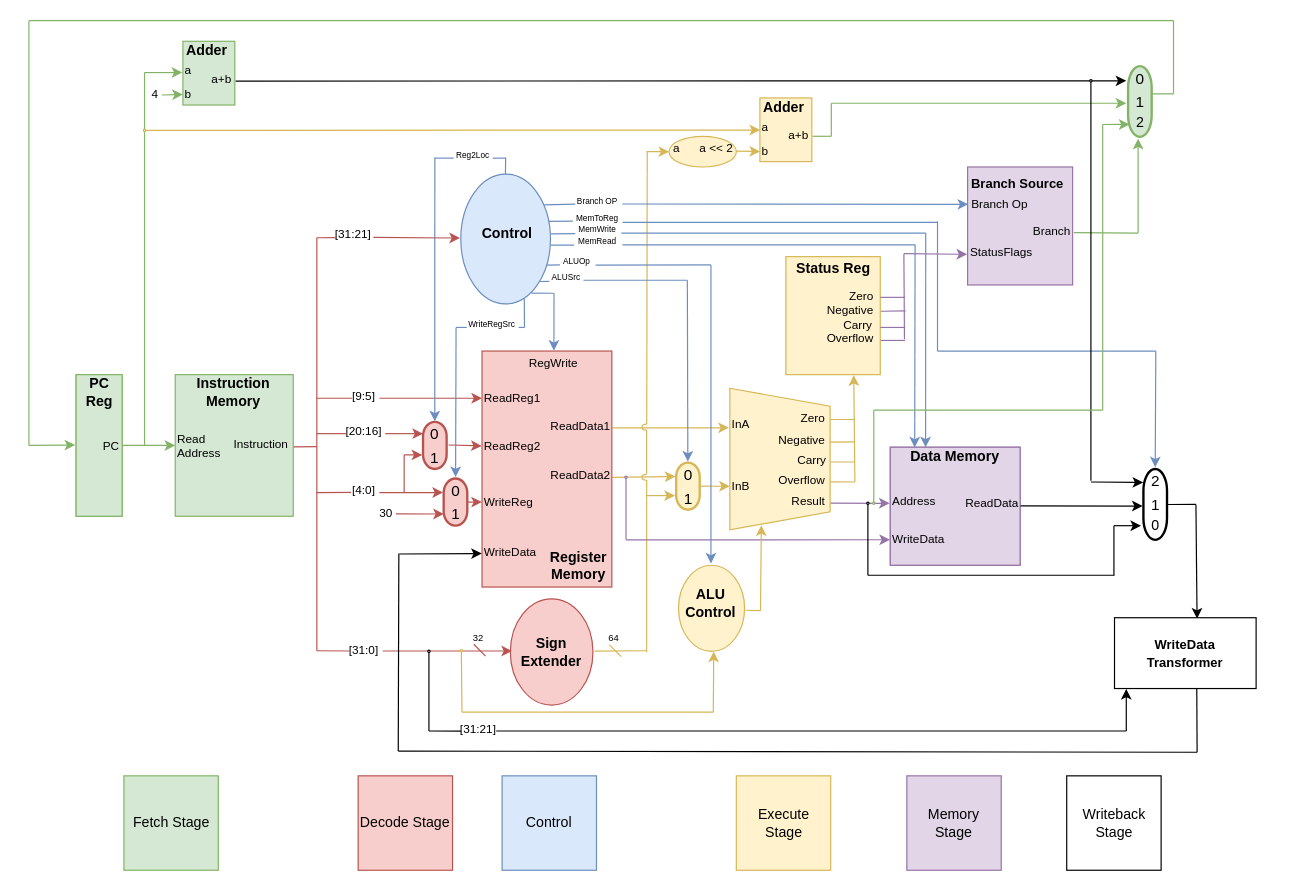
Above: nonpipelined/diagram.drawio in mattco98/LEGv8-Processor (draw.io), before the change. Source tidied: cells renumbered, new cells numbered last; positions are measured from the earlier drawing's top-left corner, leaving out a move shared by most shapes. Both pictures are drawn from the tidied source at 118%, with x=0, y=0 at pixel (28, 20).
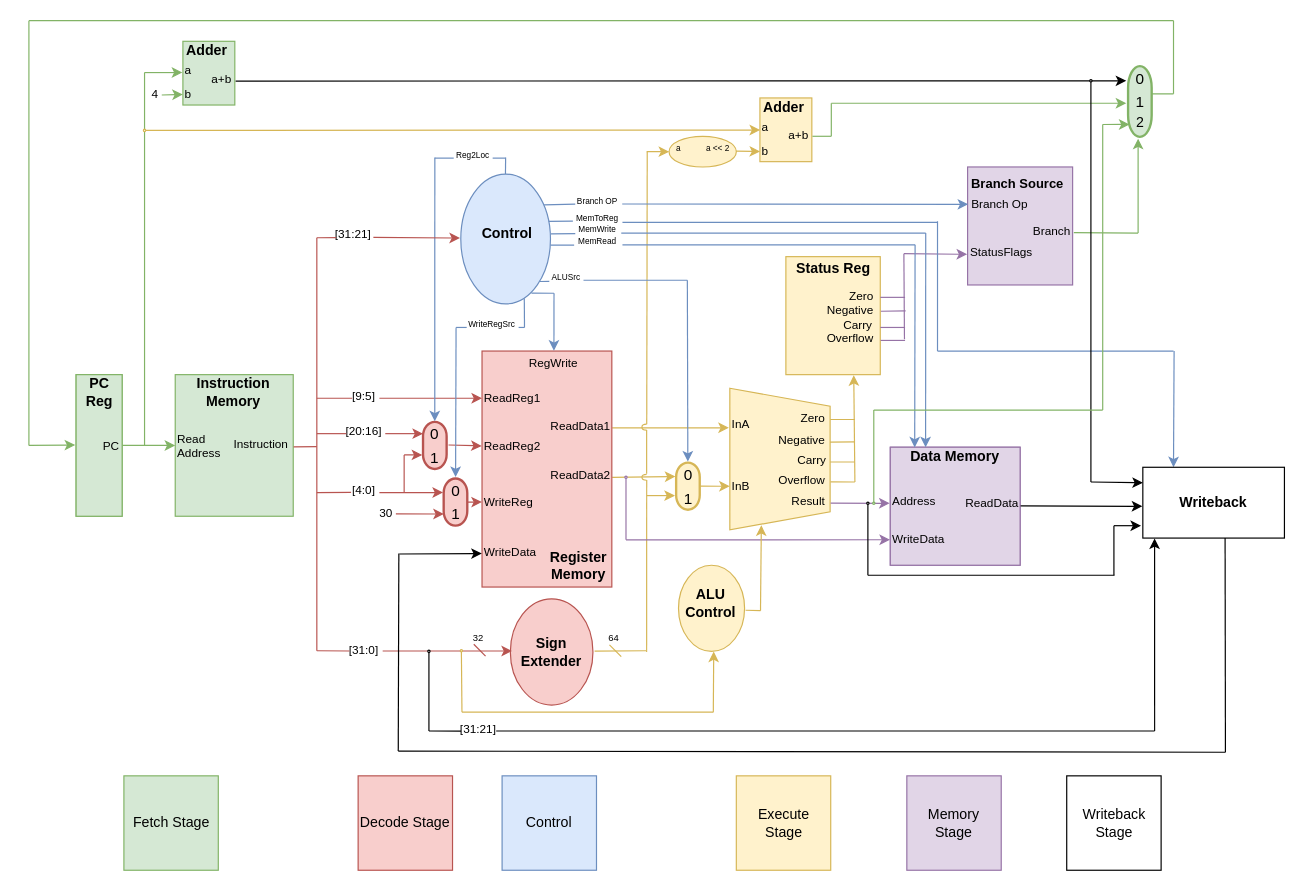
The same page after the edit.

The change refers to these unchanged cells:
```xml
<mxCell id="92" value="ReadData" style="text;html=1;strokeColor=none;fillColor=none;align=right;verticalAlign=middle;whiteSpace=wrap;rounded=0;fontSize=10;" parent="87" vertex="1">
  <mxGeometry x="82.5" y="42.8" width="27.5" height="10" as="geometry" />
</mxCell>
<mxCell id="108" style="ellipse;whiteSpace=wrap;html=1;fillColor=#dae8fc;fontSize=10;align=right;rotation=90;strokeColor=#6c8ebf;" parent="107" vertex="1">
  <mxGeometry x="35" y="35" width="110" height="76" as="geometry" />
</mxCell>
```

Diff of the diagram source:
```diff
@@
-    <mxCell id="4" style="ellipse;whiteSpace=wrap;html=1;strokeColor=#d6b656;fillColor=#fff2cc;fontSize=7;align=left;" parent="1" vertex="1">
+    <mxCell id="4" value="&lt;div align=&quot;center&quot;&gt;a&amp;nbsp;&amp;nbsp;&amp;nbsp;&amp;nbsp;&amp;nbsp;&amp;nbsp;&amp;nbsp;&amp;nbsp;&amp;nbsp;&amp;nbsp; a &amp;lt;&amp;lt; 2&lt;br&gt;&lt;/div&gt;" style="ellipse;whiteSpace=wrap;html=1;strokeColor=#d6b656;fillColor=#fff2cc;fontSize=7;align=center;verticalAlign=top;" parent="1" vertex="1">
       <mxGeometry x="542.5" y="98" width="57" height="26" as="geometry" />
     </mxCell>
@@
-    <mxCell id="94" style="group;" parent="1" vertex="1">
-      <mxGeometry x="934.5" y="380" width="50" height="61" as="geometry" />
-    </mxCell>
-    <mxCell id="95" style="strokeWidth=2;html=1;shape=mxgraph.flowchart.terminator;whiteSpace=wrap;fontSize=10;align=left;rotation=90;" parent="94" vertex="1">
-      <mxGeometry x="-10" y="20" width="60" height="20" as="geometry" />
-    </mxCell>
-    <mxCell id="96" value="2" style="text;html=1;strokeColor=none;fillColor=none;align=center;verticalAlign=middle;whiteSpace=wrap;rounded=0;fontSize=13;" parent="94" vertex="1">
-      <mxGeometry x="15" width="10" height="20" as="geometry" />
-    </mxCell>
-    <mxCell id="97" value="1" style="text;html=1;strokeColor=none;fillColor=none;align=center;verticalAlign=middle;whiteSpace=wrap;rounded=0;fontSize=13;" parent="94" vertex="1">
-      <mxGeometry x="15" y="20" width="10" height="20" as="geometry" />
-    </mxCell>
-    <mxCell id="98" value="0" style="text;html=1;strokeColor=none;fillColor=none;align=center;verticalAlign=middle;whiteSpace=wrap;rounded=0;" parent="94" vertex="1">
-      <mxGeometry x="15" y="38" width="10" height="20" as="geometry" />
-    </mxCell>
@@
-    <mxCell id="102" style="endArrow=classic;html=1;fontSize=10;exitX=1.016;exitY=0.684;exitDx=0;exitDy=0;exitPerimeter=0;entryX=0.523;entryY=1.033;entryDx=0;entryDy=0;entryPerimeter=0;" parent="1" edge="1" source="92" target="95">
-      <mxGeometry relative="1" as="geometry" />
+    <mxCell id="102" style="endArrow=classic;html=1;fontSize=10;exitX=1.016;exitY=0.684;exitDx=0;exitDy=0;exitPerimeter=0;entryX=0.523;entryY=1.033;entryDx=0;entryDy=0;entryPerimeter=0;" parent="1" edge="1" source="92">
+      <mxGeometry relative="1" as="geometry">
+        <mxPoint x="943.6" y="411.6" as="targetPoint" />
+      </mxGeometry>
     </mxCell>
@@
-    <mxCell id="147" style="endArrow=classic;html=1;fontSize=7;endFill=1;entryX=0.583;entryY=0.013;entryDx=0;entryDy=0;entryPerimeter=0;" parent="1" edge="1" target="234">
-      <mxGeometry relative="1" as="geometry">
-        <mxPoint x="989" y="410" as="sourcePoint" />
-      </mxGeometry>
-    </mxCell>
     <mxCell id="148" style="endArrow=none;html=1;fontSize=7;" parent="1" edge="1">
       <mxGeometry relative="1" as="geometry">
         <mxPoint x="313" y="619" as="sourcePoint" />
-        <mxPoint x="990" y="620" as="targetPoint" />
+        <mxPoint x="1014" y="620" as="targetPoint" />
       </mxGeometry>
     </mxCell>
@@
-    <mxCell id="151" style="endArrow=none;html=1;fontSize=7;exitX=0.992;exitY=0.514;exitDx=0;exitDy=0;exitPerimeter=0;fillColor=#dae8fc;strokeColor=#6c8ebf;" parent="1" edge="1" source="152">
-      <mxGeometry relative="1" as="geometry">
-        <mxPoint x="578" y="207" as="targetPoint" />
-      </mxGeometry>
-    </mxCell>
-    <mxCell id="152" value="ALUOp" style="text;html=1;strokeColor=none;fillColor=none;align=center;verticalAlign=bottom;whiteSpace=wrap;rounded=0;fontSize=7;" parent="1" vertex="1">
-      <mxGeometry x="447.5" y="203" width="33" height="8" as="geometry" />
-    </mxCell>
-    <mxCell id="153" style="endArrow=none;html=1;fontSize=7;exitX=0.076;exitY=0.5;exitDx=0;exitDy=0;exitPerimeter=0;entryX=0.701;entryY=0.038;entryDx=0;entryDy=0;entryPerimeter=0;fillColor=#dae8fc;strokeColor=#6c8ebf;" parent="1" edge="1" source="152" target="108">
-      <mxGeometry relative="1" as="geometry" />
-    </mxCell>
-    <mxCell id="154" style="endArrow=classic;html=1;fontSize=7;fillColor=#dae8fc;strokeColor=#6c8ebf;" parent="1" edge="1">
-      <mxGeometry relative="1" as="geometry">
-        <mxPoint x="578" y="207" as="sourcePoint" />
-        <mxPoint x="578" y="460" as="targetPoint" />
-      </mxGeometry>
-    </mxCell>
@@
-    <mxCell id="169" value="a" style="text;html=1;strokeColor=none;fillColor=none;align=right;verticalAlign=middle;whiteSpace=wrap;rounded=0;fontSize=10;" parent="1" vertex="1">
-      <mxGeometry x="546" y="101" width="8" height="14" as="geometry" />
-    </mxCell>
-    <mxCell id="170" value="a &amp;lt;&amp;lt; 2" style="text;html=1;strokeColor=none;fillColor=none;align=right;verticalAlign=middle;whiteSpace=wrap;rounded=0;fontSize=10;" parent="1" vertex="1">
-      <mxGeometry x="568" y="104.5" width="31" height="7" as="geometry" />
-    </mxCell>
@@
     <mxCell id="205" style="endArrow=none;html=1;fillColor=#dae8fc;strokeColor=#6c8ebf;" parent="1" edge="1">
       <mxGeometry relative="1" as="geometry">
         <mxPoint x="770" y="280" as="sourcePoint" />
-        <mxPoint x="955" y="280" as="targetPoint" />
+        <mxPoint x="970" y="280" as="targetPoint" />
       </mxGeometry>
     </mxCell>
     <mxCell id="206" style="endArrow=classic;html=1;fillColor=#dae8fc;strokeColor=#6c8ebf;" parent="1" edge="1">
       <mxGeometry relative="1" as="geometry">
-        <mxPoint x="955" y="280" as="sourcePoint" />
-        <mxPoint x="954.5" y="378.5" as="targetPoint" />
+        <mxPoint x="970.5" y="280" as="sourcePoint" />
+        <mxPoint x="970" y="378.5" as="targetPoint" />
       </mxGeometry>
     </mxCell>
-    <mxCell id="207" style="endArrow=none;html=1;entryX=0.501;entryY=-0.031;entryDx=0;entryDy=0;entryPerimeter=0;" parent="1" edge="1" target="95">
-      <mxGeometry relative="1" as="geometry">
-        <mxPoint x="989" y="410" as="sourcePoint" />
-      </mxGeometry>
-    </mxCell>
     <mxCell id="208" style="endArrow=none;html=1;" parent="1" edge="1">
       <mxGeometry relative="1" as="geometry">
-        <mxPoint x="900" y="390" as="sourcePoint" />
+        <mxPoint x="900" y="391" as="sourcePoint" />
         <mxPoint x="900" y="50" as="targetPoint" />
       </mxGeometry>
     </mxCell>
@@
-    <mxCell id="210" style="endArrow=classic;html=1;entryX=0.189;entryY=1.008;entryDx=0;entryDy=0;entryPerimeter=0;" parent="1" edge="1" target="95">
+    <mxCell id="210" style="endArrow=classic;html=1;entryX=0.189;entryY=1.008;entryDx=0;entryDy=0;entryPerimeter=0;" parent="1" edge="1">
       <mxGeometry relative="1" as="geometry">
         <mxPoint x="900" y="391" as="sourcePoint" />
+        <mxPoint x="944.1" y="391.6" as="targetPoint" />
       </mxGeometry>
     </mxCell>
@@
-    <mxCell id="234" value="&lt;b&gt;&lt;font style=&quot;font-size: 11px&quot;&gt;WriteData Transformer&lt;/font&gt;&lt;/b&gt;" style="rounded=0;whiteSpace=wrap;html=1;" parent="1" vertex="1">
-      <mxGeometry x="920" y="506" width="120" height="60" as="geometry" />
+    <mxCell id="234" value="Writeback" style="rounded=0;whiteSpace=wrap;html=1;fontStyle=1;" parent="1" vertex="1">
+      <mxGeometry x="944" y="378.5" width="120" height="60" as="geometry" />
     </mxCell>
@@
     <mxCell id="236" style="endArrow=none;html=1;" parent="1" edge="1">
       <mxGeometry relative="1" as="geometry">
         <mxPoint x="396" y="602" as="sourcePoint" />
-        <mxPoint x="930" y="602" as="targetPoint" />
+        <mxPoint x="954" y="602" as="targetPoint" />
       </mxGeometry>
     </mxCell>
@@
     <mxCell id="239" style="endArrow=classic;html=1;entryX=0.083;entryY=1.005;entryDx=0;entryDy=0;entryPerimeter=0;" parent="1" edge="1" target="234">
       <mxGeometry relative="1" as="geometry">
-        <mxPoint x="930" y="602" as="sourcePoint" />
+        <mxPoint x="954" y="602" as="sourcePoint" />
       </mxGeometry>
     </mxCell>
     <mxCell id="240" style="endArrow=none;html=1;entryX=0.581;entryY=0.999;entryDx=0;entryDy=0;entryPerimeter=0;" parent="1" edge="1" target="234">
       <mxGeometry relative="1" as="geometry">
-        <mxPoint x="990" y="620" as="sourcePoint" />
+        <mxPoint x="1014" y="620" as="sourcePoint" />
       </mxGeometry>
     </mxCell>
```
